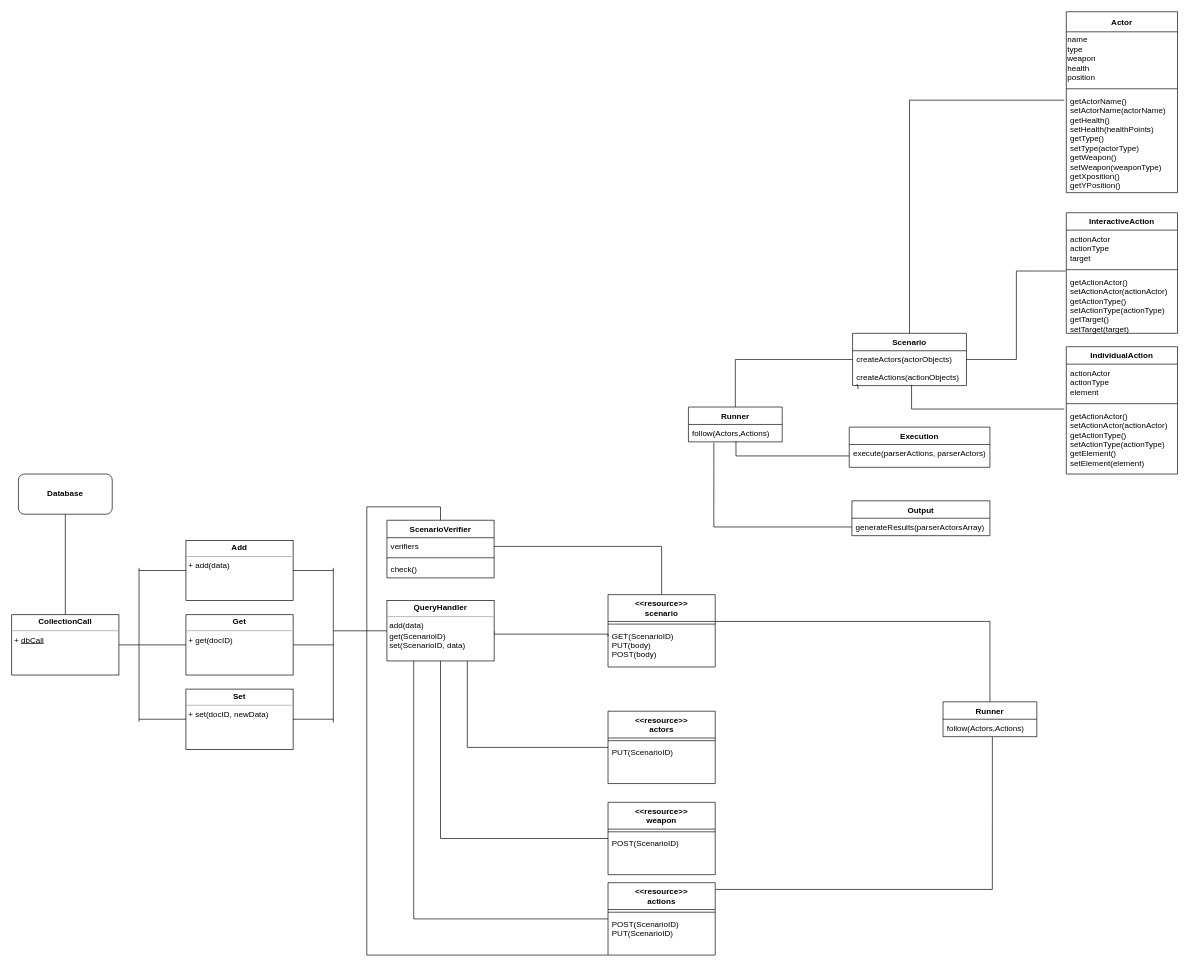
The draw.io diagram src/Diagram.drawio in fjcoding/AT-BC-LAT-01, before the edit. Source tidied: cells renumbered, new cells numbered last; positions are measured from the earlier drawing's top-left corner, leaving out a move shared by most shapes. Both pictures are drawn from the tidied source at 67%, with x=0, y=0 at pixel (11, 11).
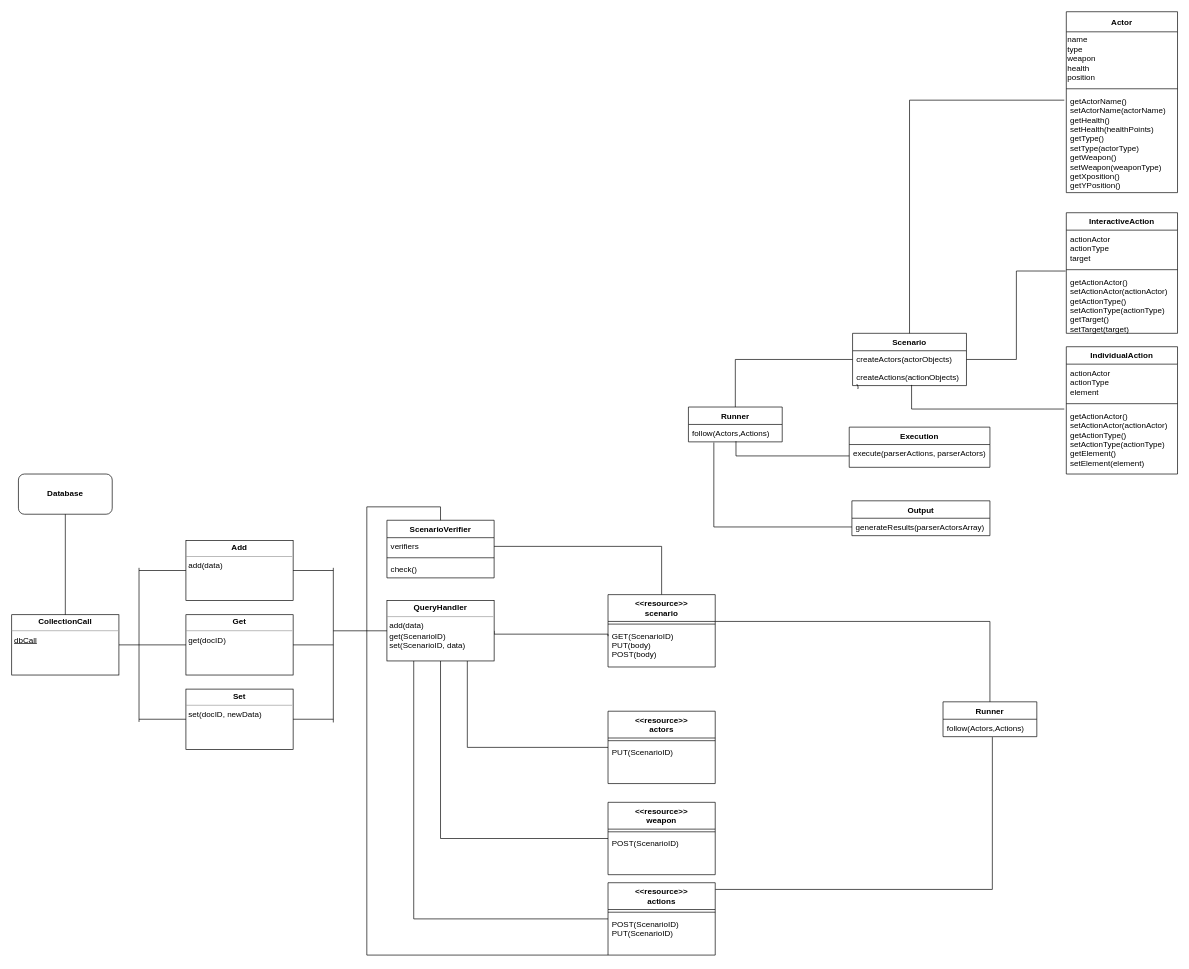
The same page after the edit.

Commit message:
Remove plus symbol from class objects in Diagram

Change to the diagram source:
```diff
@@
-    <mxCell id="57" value="&lt;p style=&quot;margin: 0px ; margin-top: 4px ; text-align: center&quot;&gt;&lt;b&gt;Set&lt;/b&gt;&lt;/p&gt;&lt;hr size=&quot;1&quot;&gt;&lt;p style=&quot;margin: 0px ; margin-left: 4px&quot;&gt;+ set(docID, newData)&lt;/p&gt;" style="verticalAlign=top;align=left;overflow=fill;fontSize=12;fontFamily=Helvetica;html=1;" parent="1" vertex="1">
+    <mxCell id="57" value="&lt;p style=&quot;margin: 0px ; margin-top: 4px ; text-align: center&quot;&gt;&lt;b&gt;Set&lt;/b&gt;&lt;/p&gt;&lt;hr size=&quot;1&quot;&gt;&lt;p style=&quot;margin: 0px ; margin-left: 4px&quot;&gt;set(docID, newData)&lt;/p&gt;" style="verticalAlign=top;align=left;overflow=fill;fontSize=12;fontFamily=Helvetica;html=1;" parent="1" vertex="1">
       <mxGeometry x="260" y="1011" width="160" height="90" as="geometry" />
     </mxCell>
-    <mxCell id="58" value="&lt;p style=&quot;margin: 0px ; margin-top: 4px ; text-align: center&quot;&gt;&lt;b&gt;Get&lt;/b&gt;&lt;/p&gt;&lt;hr size=&quot;1&quot;&gt;&lt;p style=&quot;margin: 0px ; margin-left: 4px&quot;&gt;+ get(docID)&lt;/p&gt;" style="verticalAlign=top;align=left;overflow=fill;fontSize=12;fontFamily=Helvetica;html=1;" parent="1" vertex="1">
+    <mxCell id="58" value="&lt;p style=&quot;margin: 0px ; margin-top: 4px ; text-align: center&quot;&gt;&lt;b&gt;Get&lt;/b&gt;&lt;/p&gt;&lt;hr size=&quot;1&quot;&gt;&lt;p style=&quot;margin: 0px ; margin-left: 4px&quot;&gt;get(docID)&lt;/p&gt;" style="verticalAlign=top;align=left;overflow=fill;fontSize=12;fontFamily=Helvetica;html=1;" parent="1" vertex="1">
       <mxGeometry x="260" y="900" width="160" height="90" as="geometry" />
     </mxCell>
-    <mxCell id="59" value="&lt;p style=&quot;margin: 0px ; margin-top: 4px ; text-align: center&quot;&gt;&lt;b&gt;Add&lt;/b&gt;&lt;/p&gt;&lt;hr size=&quot;1&quot;&gt;&lt;p style=&quot;margin: 0px ; margin-left: 4px&quot;&gt;&lt;/p&gt;&lt;p style=&quot;margin: 0px ; margin-left: 4px&quot;&gt;+ add(data)&lt;/p&gt;" style="verticalAlign=top;align=left;overflow=fill;fontSize=12;fontFamily=Helvetica;html=1;" parent="1" vertex="1">
+    <mxCell id="59" value="&lt;p style=&quot;margin: 0px ; margin-top: 4px ; text-align: center&quot;&gt;&lt;b&gt;Add&lt;/b&gt;&lt;/p&gt;&lt;hr size=&quot;1&quot;&gt;&lt;p style=&quot;margin: 0px ; margin-left: 4px&quot;&gt;&lt;/p&gt;&lt;p style=&quot;margin: 0px ; margin-left: 4px&quot;&gt;add(data)&lt;/p&gt;" style="verticalAlign=top;align=left;overflow=fill;fontSize=12;fontFamily=Helvetica;html=1;" parent="1" vertex="1">
       <mxGeometry x="260" y="789" width="160" height="90" as="geometry" />
     </mxCell>
@@
-    <mxCell id="70" value="&lt;p style=&quot;margin: 0px ; margin-top: 4px ; text-align: center&quot;&gt;&lt;b&gt;CollectionCall&lt;/b&gt;&lt;/p&gt;&lt;hr size=&quot;1&quot;&gt;&lt;p style=&quot;margin: 0px ; margin-left: 4px&quot;&gt;+ &lt;u&gt;dbCall&lt;/u&gt;&amp;nbsp;&lt;/p&gt;" style="verticalAlign=top;align=left;overflow=fill;fontSize=12;fontFamily=Helvetica;html=1;" parent="1" vertex="1">
+    <mxCell id="70" value="&lt;p style=&quot;margin: 0px ; margin-top: 4px ; text-align: center&quot;&gt;&lt;b&gt;CollectionCall&lt;/b&gt;&lt;/p&gt;&lt;hr size=&quot;1&quot;&gt;&lt;p style=&quot;margin: 0px ; margin-left: 4px&quot;&gt;&lt;u&gt;dbCall&lt;/u&gt;&amp;nbsp;&lt;/p&gt;" style="verticalAlign=top;align=left;overflow=fill;fontSize=12;fontFamily=Helvetica;html=1;" parent="1" vertex="1">
       <mxGeometry y="900" width="160" height="90" as="geometry" />
     </mxCell>
```
